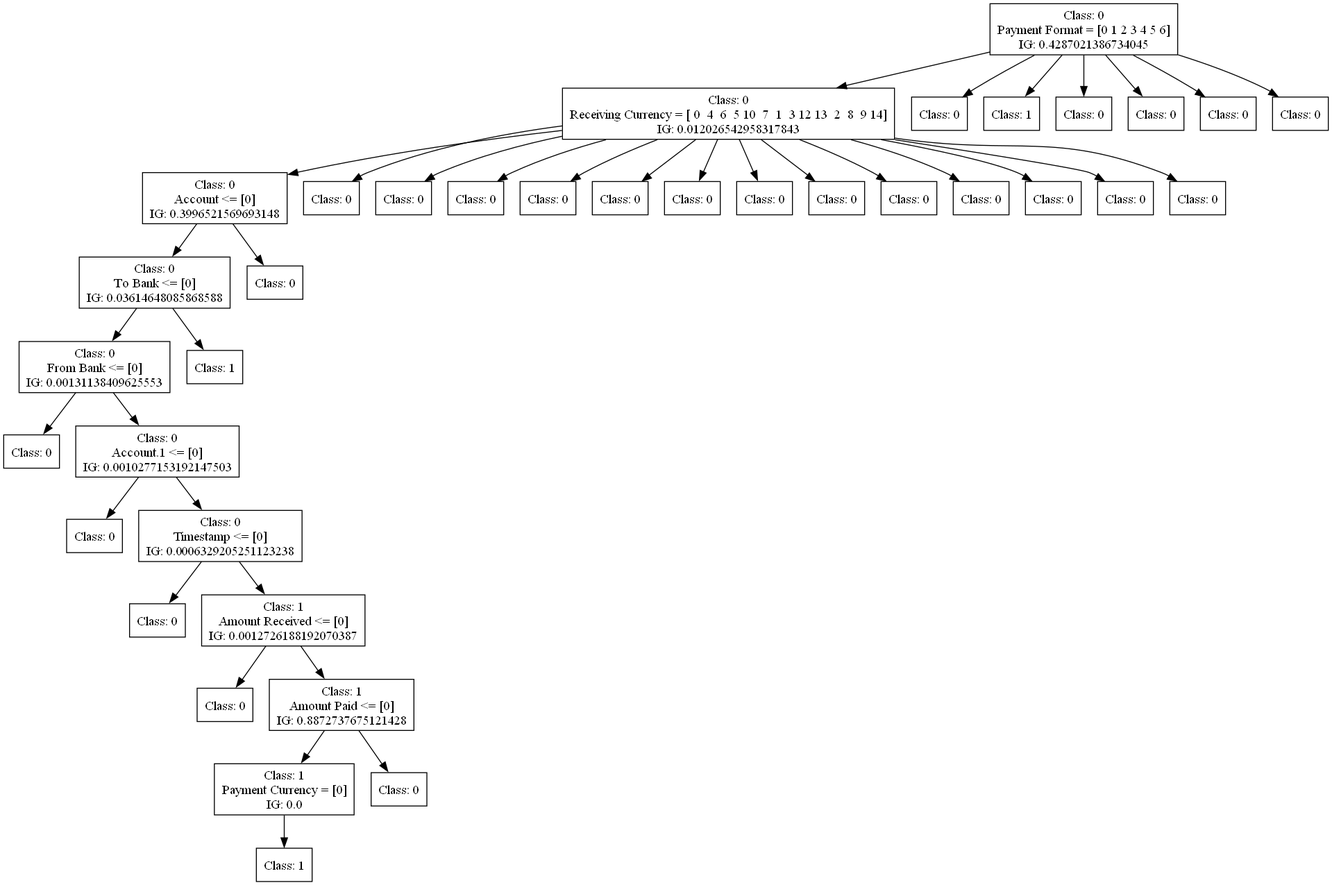
The Graphviz diagram dot_figs/tree-id3-oversampling-2.png in FedericoBruzzone/anti-money-laundering, before a commit. Its source is kept beside it as dot_figs/tree-id3-oversampling-2.dot.
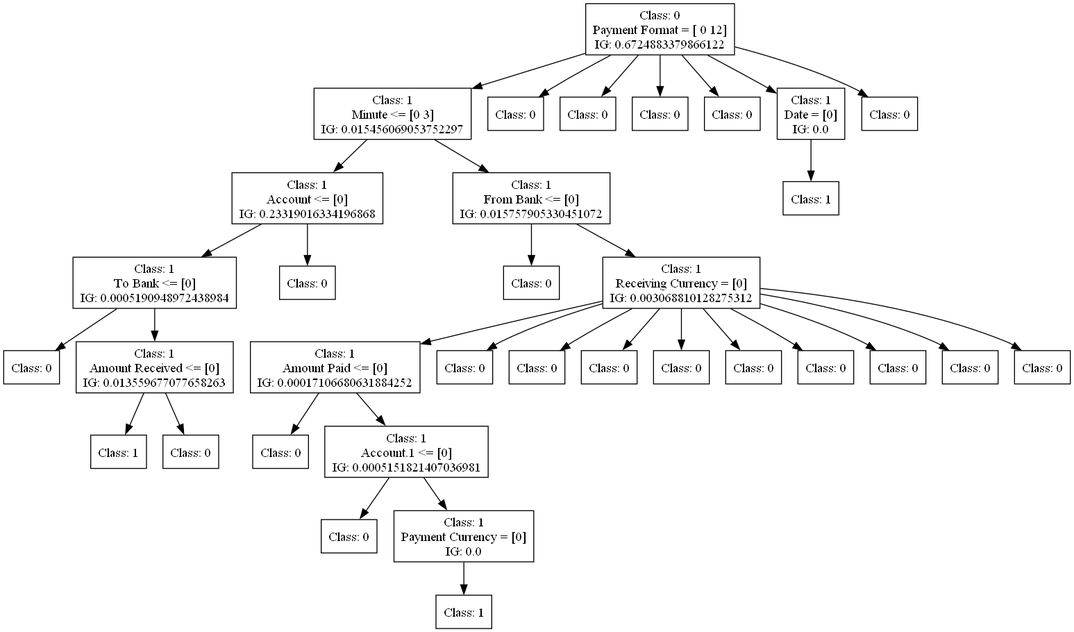
The same file after the commit.

Change to the diagram source:
```diff
@@ -1,124 +1,116 @@
 digraph DecisionTree {
 	rankdir=TD;
 	node [shape=box];
-	2336868477360 [label="Class: 0
-Payment Format = [0 1 2 3 4 5 6]
-IG: 0.4287021386734045"];
-	2337401886544 [label="Class: 0
-Receiving Currency = [ 0  4  6  5 10  7  1  3 12 13  2  8  9 14]
-IG: 0.012026542958317843"];
-	2336868477360 -> 2337401886544;
-	2337401885248 [label="Class: 0
+	2150827642016 [label="Class: 0
+Payment Format = [ 0 12]
+IG: 0.6724883379866122"];
+	2150864722704 [label="Class: 1
+Minute <= [0 3]
+IG: 0.015456069053752297"];
+	2150827642016 -> 2150864722704;
+	2150864731968 [label="Class: 1
 Account <= [0]
-IG: 0.3996521569693148"];
-	2337401886544 -> 2337401885248;
-	2337401881408 [label="Class: 0
+IG: 0.23319016334196868"];
+	2150864722704 -> 2150864731968;
+	2150892034448 [label="Class: 1
 To Bank <= [0]
-IG: 0.03614648085868588"];
-	2337401885248 -> 2337401881408;
-	2337401888080 [label="Class: 0
+IG: 0.0005190948972438984"];
+	2150864731968 -> 2150892034448;
+	2150827646576 [label="Class: 0
+"];
+	2150892034448 -> 2150827646576;
+	2150827648352 [label="Class: 1
+Amount Received <= [0]
+IG: 0.013559677077658263"];
+	2150892034448 -> 2150827648352;
+	2150864716224 [label="Class: 1
+"];
+	2150827648352 -> 2150864716224;
+	2150864717760 [label="Class: 0
+"];
+	2150827648352 -> 2150864717760;
+	2150892034880 [label="Class: 0
+"];
+	2150864731968 -> 2150892034880;
+	2150864725488 [label="Class: 1
 From Bank <= [0]
-IG: 0.00131138409625553"];
-	2337401881408 -> 2337401888080;
-	2337401881792 [label="Class: 0
+IG: 0.015757905330451072"];
+	2150864722704 -> 2150864725488;
+	2150864720160 [label="Class: 0
 "];
-	2337401888080 -> 2337401881792;
-	2337401890096 [label="Class: 0
+	2150864725488 -> 2150864720160;
+	2150864728032 [label="Class: 1
+Receiving Currency = [0]
+IG: 0.003068810128275312"];
+	2150864725488 -> 2150864728032;
+	2150864729520 [label="Class: 1
+Amount Paid <= [0]
+IG: 0.00017106680631884252"];
+	2150864728032 -> 2150864729520;
+	2150892032864 [label="Class: 0
+"];
+	2150864729520 -> 2150892032864;
+	2150892033344 [label="Class: 1
 Account.1 <= [0]
-IG: 0.0010277153192147503"];
-	2337401888080 -> 2337401890096;
-	2337401883328 [label="Class: 0
+IG: 0.0005151821407036981"];
+	2150864729520 -> 2150892033344;
+	2150892037232 [label="Class: 0
 "];
-	2337401890096 -> 2337401883328;
-	2337401890816 [label="Class: 0
-Timestamp <= [0]
-IG: 0.0006329205251123238"];
-	2337401890096 -> 2337401890816;
-	2337401887360 [label="Class: 0
-"];
-	2337401890816 -> 2337401887360;
-	2337401891536 [label="Class: 1
-Amount Received <= [0]
-IG: 0.0012726188192070387"];
-	2337401890816 -> 2337401891536;
-	2337401891200 [label="Class: 0
-"];
-	2337401891536 -> 2337401891200;
-	2337401892256 [label="Class: 1
-Amount Paid <= [0]
-IG: 0.8872737675121428"];
-	2337401891536 -> 2337401892256;
-	2337401890768 [label="Class: 1
+	2150892033344 -> 2150892037232;
+	2150892032960 [label="Class: 1
 Payment Currency = [0]
 IG: 0.0"];
-	2337401892256 -> 2337401890768;
-	2337401886160 [label="Class: 1
+	2150892033344 -> 2150892032960;
+	2150892038864 [label="Class: 1
 "];
-	2337401890768 -> 2337401886160;
-	2337401892976 [label="Class: 0
+	2150892032960 -> 2150892038864;
+	2150864731056 [label="Class: 0
 "];
-	2337401892256 -> 2337401892976;
-	2337401889328 [label="Class: 1
+	2150864728032 -> 2150864731056;
+	2150864731872 [label="Class: 0
 "];
-	2337401881408 -> 2337401889328;
-	2337401888608 [label="Class: 0
+	2150864728032 -> 2150864731872;
+	2150864728800 [label="Class: 0
 "];
-	2337401885248 -> 2337401888608;
-	2337401885200 [label="Class: 0
+	2150864728032 -> 2150864728800;
+	2150864728656 [label="Class: 0
 "];
-	2337401886544 -> 2337401885200;
-	2337401883664 [label="Class: 0
+	2150864728032 -> 2150864728656;
+	2150864729904 [label="Class: 0
 "];
-	2337401886544 -> 2337401883664;
-	2337401885872 [label="Class: 0
+	2150864728032 -> 2150864729904;
+	2150864730384 [label="Class: 0
 "];
-	2337401886544 -> 2337401885872;
-	2337401881984 [label="Class: 0
+	2150864728032 -> 2150864730384;
+	2150864724672 [label="Class: 0
 "];
-	2337401886544 -> 2337401881984;
-	2337401886640 [label="Class: 0
+	2150864728032 -> 2150864724672;
+	2150864732064 [label="Class: 0
 "];
-	2337401886544 -> 2337401886640;
-	2337401886448 [label="Class: 0
+	2150864728032 -> 2150864732064;
+	2150864731920 [label="Class: 0
 "];
-	2337401886544 -> 2337401886448;
-	2337401887024 [label="Class: 0
+	2150864728032 -> 2150864731920;
+	2150864723040 [label="Class: 0
 "];
-	2337401886544 -> 2337401887024;
-	2337401885584 [label="Class: 0
+	2150827642016 -> 2150864723040;
+	2150864721072 [label="Class: 0
 "];
-	2337401886544 -> 2337401885584;
-	2337401885632 [label="Class: 0
+	2150827642016 -> 2150864721072;
+	2150864722512 [label="Class: 0
 "];
-	2337401886544 -> 2337401885632;
-	2337401884720 [label="Class: 0
+	2150827642016 -> 2150864722512;
+	2150864722176 [label="Class: 0
 "];
-	2337401886544 -> 2337401884720;
-	2337401886736 [label="Class: 0
+	2150827642016 -> 2150864722176;
+	2150864721456 [label="Class: 1
+Date = [0]
+IG: 0.0"];
+	2150827642016 -> 2150864721456;
+	2150892040640 [label="Class: 1
 "];
-	2337401886544 -> 2337401886736;
-	2337401883088 [label="Class: 0
+	2150864721456 -> 2150892040640;
+	2150864718768 [label="Class: 0
 "];
-	2337401886544 -> 2337401883088;
-	2337401886928 [label="Class: 0
-"];
-	2337401886544 -> 2337401886928;
-	2337401886880 [label="Class: 0
-"];
-	2336868477360 -> 2337401886880;
-	2337401886400 [label="Class: 1
-"];
-	2336868477360 -> 2337401886400;
-	2337401883856 [label="Class: 0
-"];
-	2336868477360 -> 2337401883856;
-	2337401885488 [label="Class: 0
-"];
-	2336868477360 -> 2337401885488;
-	2337401882224 [label="Class: 0
-"];
-	2336868477360 -> 2337401882224;
-	2337401883568 [label="Class: 0
-"];
-	2336868477360 -> 2337401883568;
+	2150827642016 -> 2150864718768;
 }
```
